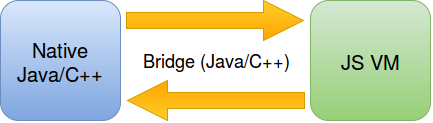
Above: img/rn_basic_architecture.png in IgnacioMV/TFG (draw.io), before the change. Source tidied: cells renumbered, new cells last; positions are measured from the earlier drawing's top-left corner, leaving out a move shared by most shapes. The source it was exported from:
```xml
<mxGraphModel background="#ffffff">
  <root>
    <mxCell id="0" />
    <mxCell id="1" parent="0" />
    <mxCell id="2" value="&lt;font style=&quot;font-size: 20px&quot;&gt;Native&lt;br&gt;Java/C++&lt;/font&gt;&lt;br&gt;" style="rounded=1;whiteSpace=wrap;html=1;plain-blue;" parent="1" vertex="1">
      <mxGeometry width="120" height="120" as="geometry" />
    </mxCell>
    <mxCell id="3" value="&lt;font style=&quot;font-size: 20px&quot;&gt;JS VM&lt;/font&gt;&lt;br&gt;" style="rounded=1;whiteSpace=wrap;html=1;plain-green;" parent="1" vertex="1">
      <mxGeometry x="310" width="120" height="120" as="geometry" />
    </mxCell>
    <mxCell id="4" style="html=1;shadow=0;dashed=0;align=center;verticalAlign=middle;shape=mxgraph.arrows2.arrow;dy=0.6;dx=40;notch=0;plain-orange;" parent="1" vertex="1">
      <mxGeometry x="126" width="177" height="40" as="geometry" />
    </mxCell>
    <mxCell id="5" style="html=1;shadow=0;dashed=0;align=center;verticalAlign=middle;shape=mxgraph.arrows2.arrow;dy=0.6;dx=40;notch=0;rotation=180;plain-orange;" parent="1" vertex="1">
      <mxGeometry x="127" y="80" width="177" height="40" as="geometry" />
    </mxCell>
    <mxCell id="6" value="&lt;font style=&quot;font-size: 18px&quot;&gt;Bridge (Java/C++)&lt;/font&gt;&lt;br&gt;" style="text;html=1;align=left;verticalAlign=top;spacingTop=-4;" parent="1" vertex="1">
      <mxGeometry x="141" y="47" width="148" height="20" as="geometry" />
    </mxCell>
  </root>
</mxGraphModel>
```
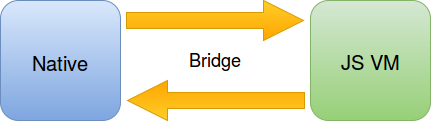
After the change.

Diff of the diagram source:
```diff
@@ -2,10 +2,10 @@
   <root>
     <mxCell id="0" />
     <mxCell id="1" parent="0" />
-    <mxCell id="2" value="&lt;font style=&quot;font-size: 20px&quot;&gt;Native&lt;br&gt;Java/C++&lt;/font&gt;&lt;br&gt;" style="rounded=1;whiteSpace=wrap;html=1;plain-blue;" parent="1" vertex="1">
+    <mxCell id="2" value="&lt;font style=&quot;font-size: 20px&quot;&gt;&lt;br&gt;Native&lt;br&gt;&lt;/font&gt;&lt;font size=&quot;4&quot;&gt;&lt;br&gt;&lt;/font&gt;" style="rounded=1;whiteSpace=wrap;html=1;plain-blue;" parent="1" vertex="1">
       <mxGeometry width="120" height="120" as="geometry" />
     </mxCell>
-    <mxCell id="3" value="&lt;font style=&quot;font-size: 20px&quot;&gt;JS VM&lt;/font&gt;&lt;br&gt;" style="rounded=1;whiteSpace=wrap;html=1;plain-green;" parent="1" vertex="1">
+    <mxCell id="3" value="&lt;font style=&quot;font-size: 20px&quot;&gt;JS VM&lt;/font&gt;&lt;font size=&quot;4&quot;&gt;&lt;br&gt;&lt;/font&gt;" style="rounded=1;whiteSpace=wrap;html=1;plain-green;" parent="1" vertex="1">
       <mxGeometry x="310" width="120" height="120" as="geometry" />
     </mxCell>
     <mxCell id="4" style="html=1;shadow=0;dashed=0;align=center;verticalAlign=middle;shape=mxgraph.arrows2.arrow;dy=0.6;dx=40;notch=0;plain-orange;" parent="1" vertex="1">
@@ -14,8 +14,8 @@
     <mxCell id="5" style="html=1;shadow=0;dashed=0;align=center;verticalAlign=middle;shape=mxgraph.arrows2.arrow;dy=0.6;dx=40;notch=0;rotation=180;plain-orange;" parent="1" vertex="1">
       <mxGeometry x="127" y="80" width="177" height="40" as="geometry" />
     </mxCell>
-    <mxCell id="6" value="&lt;font style=&quot;font-size: 18px&quot;&gt;Bridge (Java/C++)&lt;/font&gt;&lt;br&gt;" style="text;html=1;align=left;verticalAlign=top;spacingTop=-4;" parent="1" vertex="1">
-      <mxGeometry x="141" y="47" width="148" height="20" as="geometry" />
+    <mxCell id="6" value="&lt;font style=&quot;font-size: 18px&quot;&gt;Bridge&lt;/font&gt;&lt;br&gt;" style="text;html=1;align=left;verticalAlign=top;spacingTop=-4;" parent="1" vertex="1">
+      <mxGeometry x="187" y="46" width="70" height="20" as="geometry" />
     </mxCell>
   </root>
 </mxGraphModel>
```
